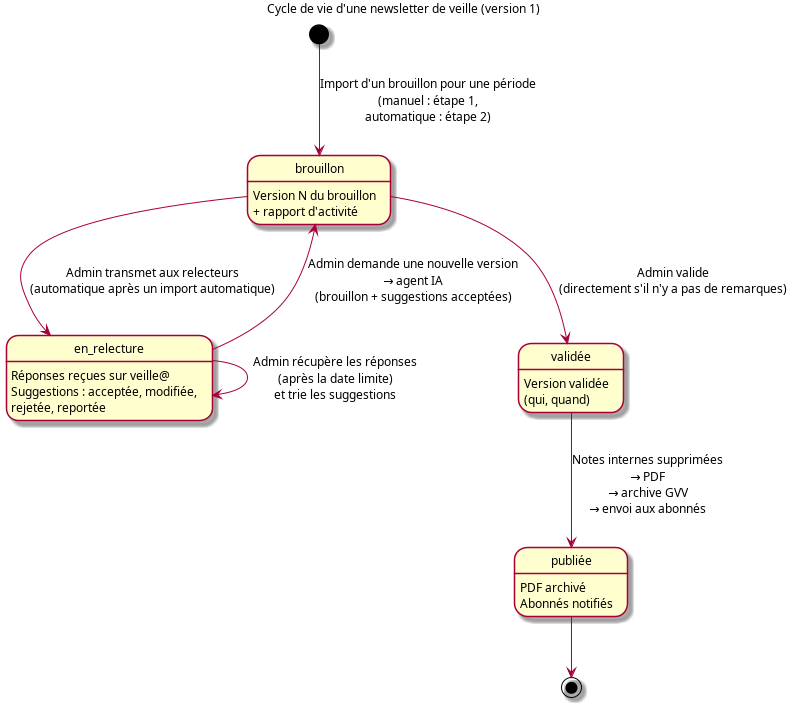
Before: doc/design_notes/diagrams/veille_workflow.png, a diagram exported from PlantUML (flub78/gvv). Its source is kept beside it as doc/design_notes/diagrams/veille_workflow.puml. The source it was exported from:
```plantuml
@startuml veille_workflow
skinparam backgroundColor white
skinparam defaultFontSize 12

title Cycle de vie d'une newsletter de veille (version 1)

[*] --> brouillon : Import d'un brouillon pour une période\n(manuel : étape 1,\nautomatique : étape 2)

brouillon --> en_relecture : Admin transmet aux relecteurs\n(automatique après un import automatique)

en_relecture --> en_relecture : Admin récupère les réponses\n(après la date limite)\net trie les suggestions

en_relecture --> brouillon : Admin demande une nouvelle version\n→ agent IA\n(brouillon + suggestions acceptées)

brouillon --> validée : Admin valide\n(directement s'il n'y a pas de remarques)

validée --> publiée : Notes internes supprimées\n→ PDF\n→ archive GVV\n→ envoi aux abonnés

publiée --> [*]

state brouillon : Version N du brouillon\n+ rapport d'activité
state en_relecture : Réponses reçues sur veille@\nSuggestions : acceptée, modifiée,\nrejetée, reportée
state validée : Version validée\n(qui, quand)
state publiée : PDF archivé\nAbonnés notifiés

@enduml
```
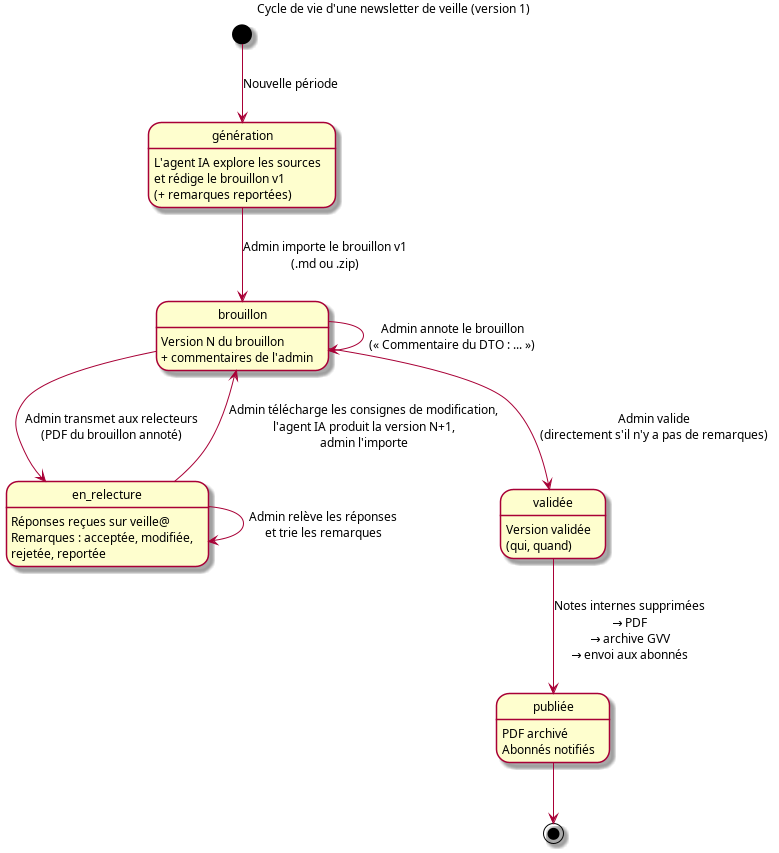
After the change.

The edit, as a diff of the source:
```diff
@@ -4,13 +4,17 @@
 
 title Cycle de vie d'une newsletter de veille (version 1)
 
-[*] --> brouillon : Import d'un brouillon pour une période\n(manuel : étape 1,\nautomatique : étape 2)
+[*] --> generation : Nouvelle période
 
-brouillon --> en_relecture : Admin transmet aux relecteurs\n(automatique après un import automatique)
+generation --> brouillon : Admin importe le brouillon v1\n(.md ou .zip)
 
-en_relecture --> en_relecture : Admin récupère les réponses\n(après la date limite)\net trie les suggestions
+brouillon --> brouillon : Admin annote le brouillon\n(« Commentaire du DTO : … »)
 
-en_relecture --> brouillon : Admin demande une nouvelle version\n→ agent IA\n(brouillon + suggestions acceptées)
+brouillon --> en_relecture : Admin transmet aux relecteurs\n(PDF du brouillon annoté)
+
+en_relecture --> en_relecture : Admin relève les réponses\net trie les remarques
+
+en_relecture --> brouillon : Admin télécharge les consignes de modification,\nl'agent IA produit la version N+1,\nadmin l'importe
 
 brouillon --> validée : Admin valide\n(directement s'il n'y a pas de remarques)
 
@@ -18,8 +22,9 @@
 
 publiée --> [*]
 
-state brouillon : Version N du brouillon\n+ rapport d'activité
-state en_relecture : Réponses reçues sur veille@\nSuggestions : acceptée, modifiée,\nrejetée, reportée
+state "génération" as generation : L'agent IA explore les sources\net rédige le brouillon v1\n(+ remarques reportées)
+state brouillon : Version N du brouillon\n+ commentaires de l'admin
+state en_relecture : Réponses reçues sur veille@\nRemarques : acceptée, modifiée,\nrejetée, reportée
 state validée : Version validée\n(qui, quand)
 state publiée : PDF archivé\nAbonnés notifiés
 
```
